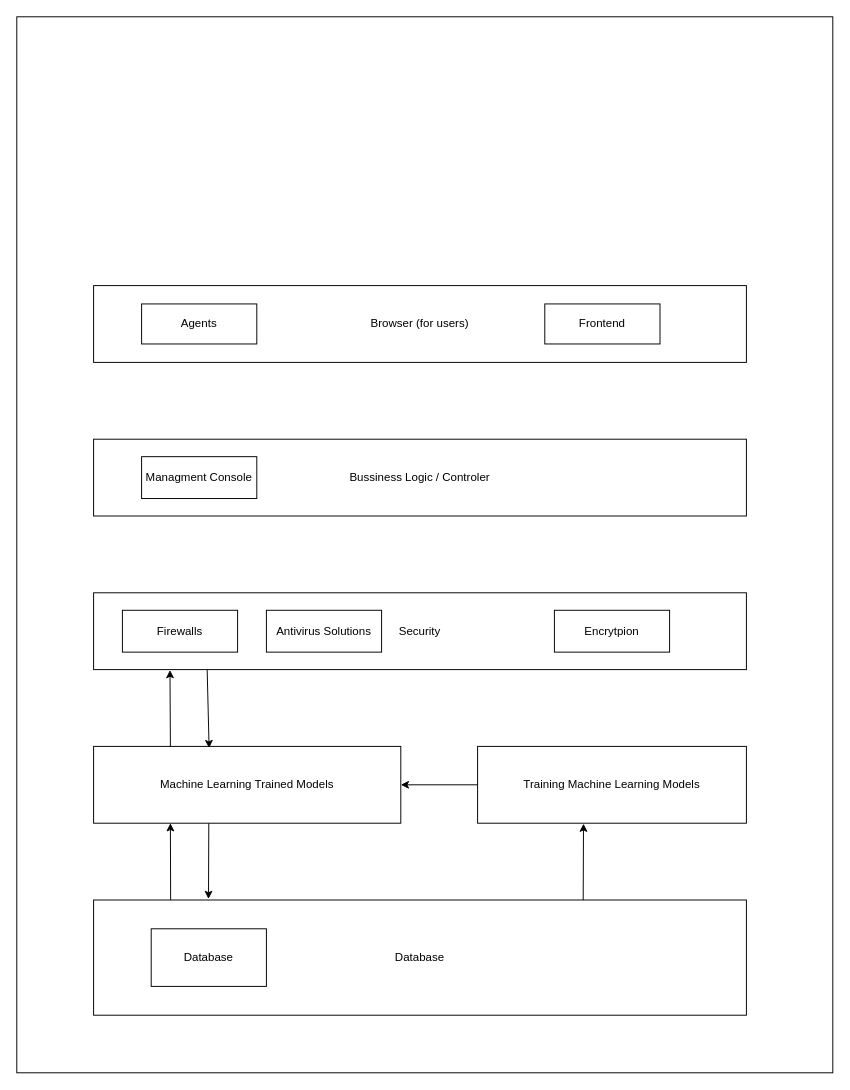
The draw.io diagram CaseStudies/DefenceVentures/DefenceVenturesDiagram.drawio in AdamT-S/Secure-Software-Development, before the edit. Source tidied: cells renumbered, new cells numbered last; positions are measured from the earlier drawing's top-left corner, leaving out a move shared by most shapes. Both pictures are drawn from the tidied source at 96%, with x=0, y=0 at pixel (16, 16).
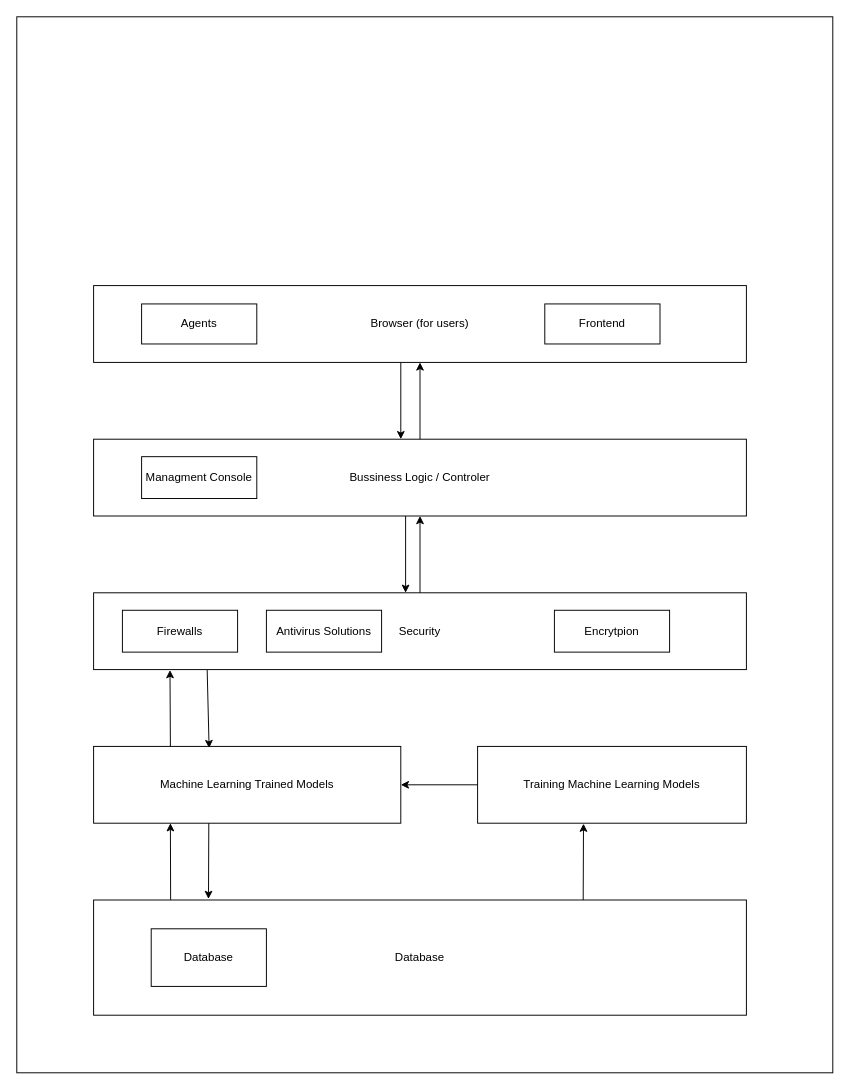
Above is the later version.

Commit message (it also covers changes not shown here):
DV architecture diagram updated

The change refers to these unchanged cells:
```xml
<mxCell id="14" value="Security" style="rounded=0;whiteSpace=wrap;html=1;fillColor=none;" parent="13" vertex="1">
  <mxGeometry width="680" height="80" as="geometry" />
</mxCell>
<mxCell id="19" value="Bussiness Logic / Controler" style="whiteSpace=wrap;html=1;rounded=0;fillColor=none;" parent="18" vertex="1">
  <mxGeometry width="680" height="80" as="geometry" />
</mxCell>
<mxCell id="22" value="Browser (for users)" style="whiteSpace=wrap;html=1;rounded=0;fillColor=none;" parent="21" vertex="1">
  <mxGeometry width="680" height="80" as="geometry" />
</mxCell>
```

Diff of the diagram source:
```diff
@@
+    <mxCell id="25" style="edgeStyle=orthogonalEdgeStyle;rounded=0;jettySize=auto;html=1;" parent="1" edge="1" source="14" target="19">
+      <mxGeometry relative="1" as="geometry" />
+    </mxCell>
+    <mxCell id="26" style="edgeStyle=orthogonalEdgeStyle;rounded=0;orthogonalLoop=1;jettySize=auto;html=1;" parent="1" edge="1">
+      <mxGeometry relative="1" as="geometry">
+        <mxPoint x="405" y="520" as="sourcePoint" />
+        <mxPoint x="405" y="600" as="targetPoint" />
+      </mxGeometry>
+    </mxCell>
+    <mxCell id="27" style="edgeStyle=orthogonalEdgeStyle;rounded=0;orthogonalLoop=1;jettySize=auto;html=1;" parent="1" edge="1">
+      <mxGeometry relative="1" as="geometry">
+        <mxPoint x="400" y="360" as="sourcePoint" />
+        <mxPoint x="400" y="440" as="targetPoint" />
+      </mxGeometry>
+    </mxCell>
+    <mxCell id="28" style="edgeStyle=orthogonalEdgeStyle;rounded=0;jettySize=auto;html=1;" parent="1" edge="1" source="19" target="22">
+      <mxGeometry relative="1" as="geometry" />
+    </mxCell>
```
